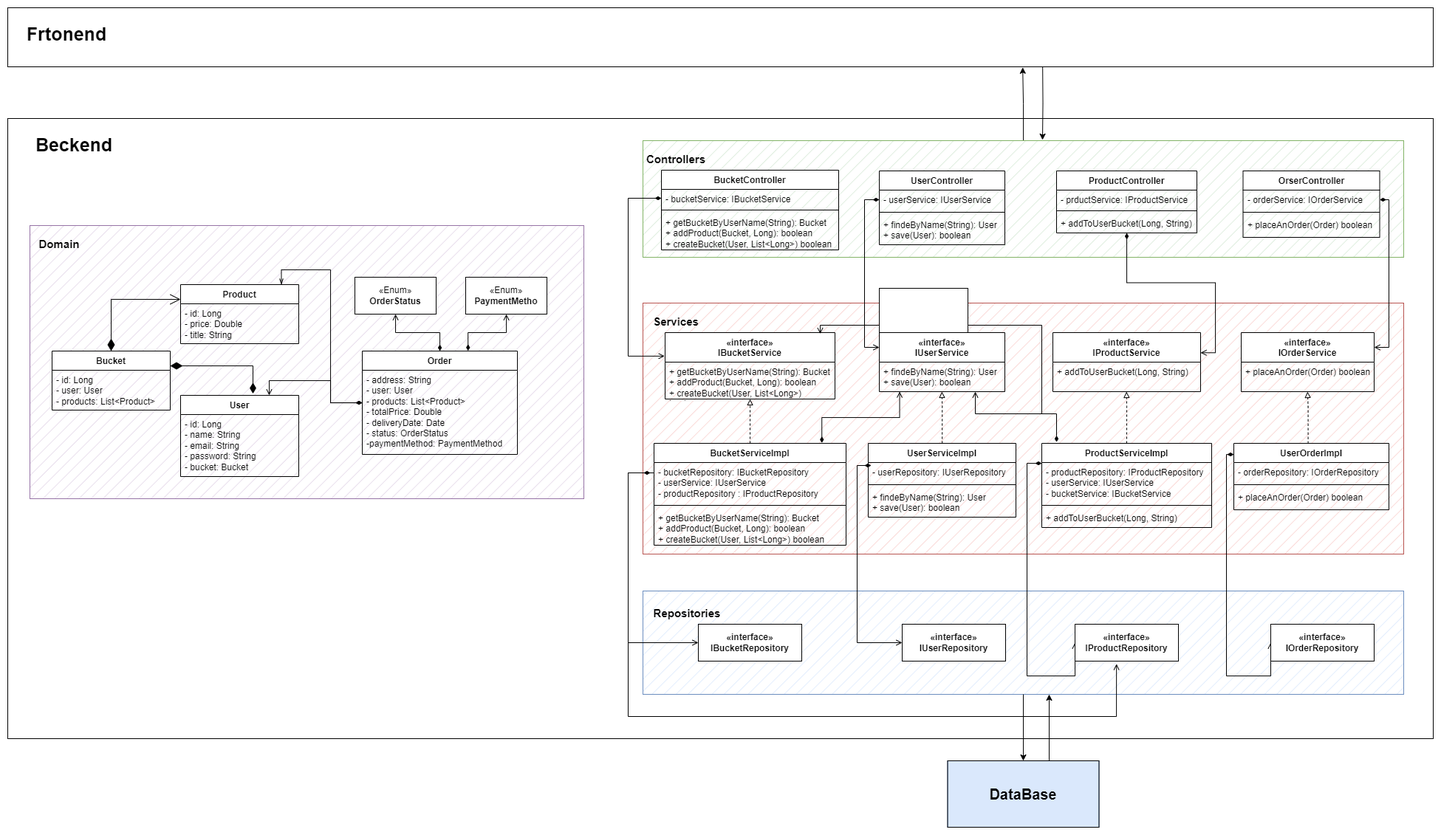
The draw.io diagram resources/UMLMarketplace.png in MuVlad/Arch-software, before a commit. Source tidied: cells renumbered, new cells last; positions are measured from the earlier drawing's top-left corner, leaving out a move shared by most shapes.
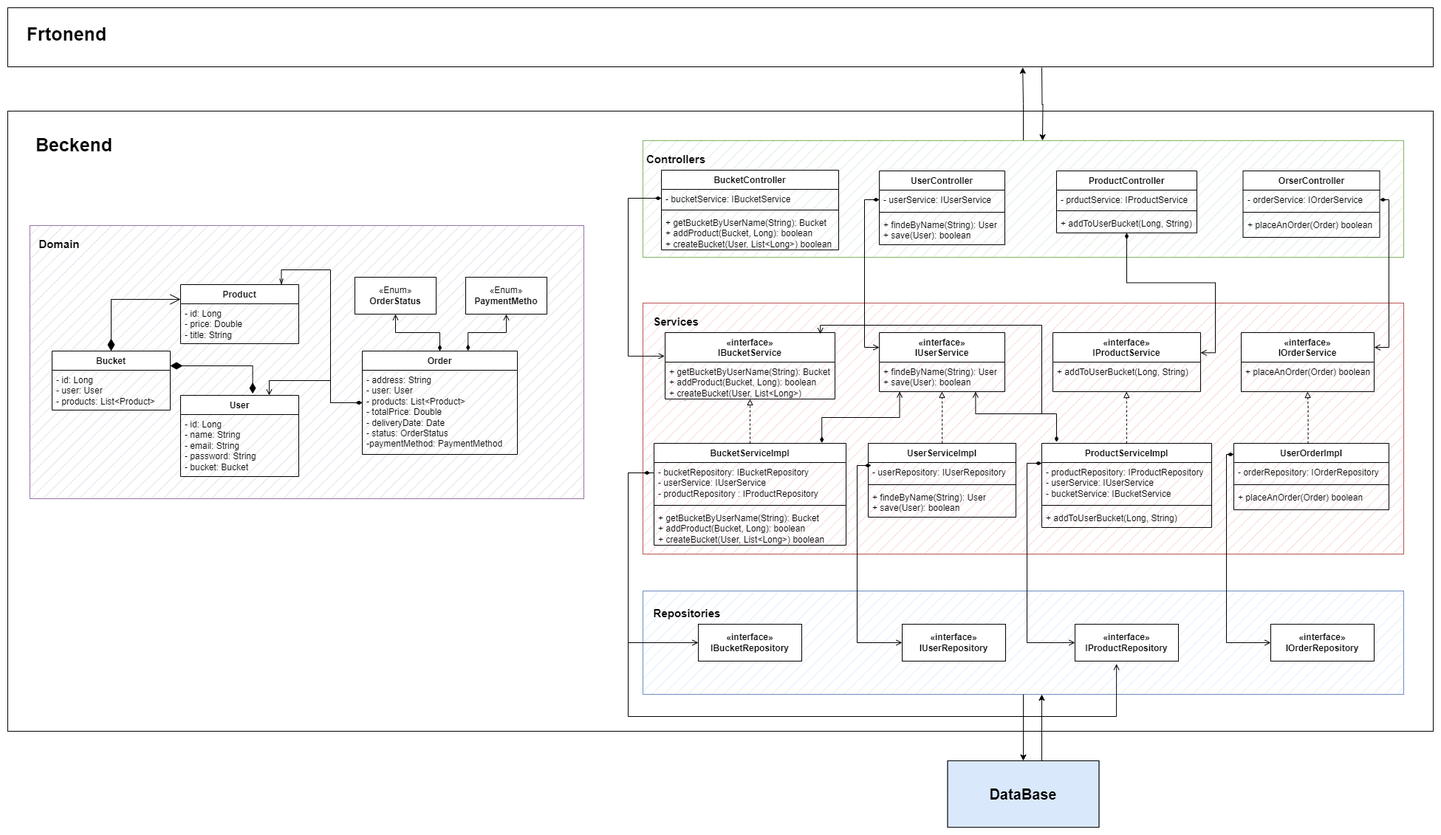
After the change.

Change to the diagram source:
```diff
@@ -130,7 +130,7 @@
       <mxGeometry relative="1" as="geometry">
         <Array as="points">
           <mxPoint x="1380" y="617" />
-          <mxPoint x="1380" y="905" />
+          <mxPoint x="1380" y="860" />
         </Array>
       </mxGeometry>
     </mxCell>
@@ -185,7 +185,7 @@
       <mxGeometry relative="1" as="geometry">
         <Array as="points">
           <mxPoint x="1650" y="605" />
-          <mxPoint x="1650" y="905" />
+          <mxPoint x="1650" y="860" />
         </Array>
       </mxGeometry>
     </mxCell>
@@ -336,9 +336,6 @@
         </Array>
       </mxGeometry>
     </mxCell>
-    <mxCell id="86" style="rounded=0;whiteSpace=wrap;html=1;" parent="1" vertex="1">
-      <mxGeometry x="1180" y="380" width="120" height="60" as="geometry" />
-    </mxCell>
     <mxCell id="87" value="&lt;font size=&quot;1&quot; style=&quot;&quot;&gt;&lt;b style=&quot;font-size: 15px;&quot;&gt;Controllers&lt;br&gt;&lt;/b&gt;&lt;/font&gt;" style="text;html=1;strokeColor=none;fillColor=none;align=center;verticalAlign=middle;whiteSpace=wrap;rounded=0;" parent="1" vertex="1">
       <mxGeometry x="875" y="190" width="60" height="30" as="geometry" />
     </mxCell>
@@ -355,7 +352,7 @@
       <mxGeometry y="60" width="200" height="40" as="geometry" />
     </mxCell>
     <mxCell id="92" style="rounded=0;whiteSpace=wrap;html=1;fillColor=none;" parent="1" vertex="1">
-      <mxGeometry y="150" width="1930" height="840" as="geometry" />
+      <mxGeometry y="140" width="1930" height="840" as="geometry" />
     </mxCell>
     <mxCell id="93" value="&lt;b&gt;&lt;font style=&quot;font-size: 25px;&quot;&gt;Beckend&lt;/font&gt;&lt;/b&gt;" style="text;html=1;strokeColor=none;fillColor=none;align=center;verticalAlign=middle;whiteSpace=wrap;rounded=0;" parent="1" vertex="1">
       <mxGeometry x="60" y="170" width="60" height="30" as="geometry" />
@@ -366,16 +363,17 @@
     <mxCell id="95" value="&lt;b&gt;&lt;font style=&quot;font-size: 25px;&quot;&gt;Frtonend&lt;/font&gt;&lt;/b&gt;" style="text;html=1;strokeColor=none;fillColor=none;align=center;verticalAlign=middle;whiteSpace=wrap;rounded=0;" parent="1" vertex="1">
       <mxGeometry x="50" y="20" width="60" height="30" as="geometry" />
     </mxCell>
-    <mxCell id="96" style="edgeStyle=orthogonalEdgeStyle;rounded=0;orthogonalLoop=1;jettySize=auto;html=1;endArrow=none;endFill=0;startArrow=classic;startFill=1;" parent="1" edge="1">
-      <mxGeometry relative="1" as="geometry">
-        <mxPoint x="1410" y="930" as="sourcePoint" />
-        <mxPoint x="1410" y="1020" as="targetPoint" />
-      </mxGeometry>
-    </mxCell>
-    <mxCell id="97" style="edgeStyle=orthogonalEdgeStyle;rounded=0;jettySize=auto;html=1;entryX=0.726;entryY=1.006;entryDx=0;entryDy=0;entryPerimeter=0;endArrow=none;endFill=0;startArrow=classic;startFill=1;" parent="1" edge="1" target="94">
-      <mxGeometry relative="1" as="geometry">
-        <mxPoint x="1401" y="179" as="sourcePoint" />
-      </mxGeometry>
-    </mxCell>
+    <mxCell id="98" style="edgeStyle=orthogonalEdgeStyle;rounded=0;orthogonalLoop=1;jettySize=auto;html=1;endArrow=none;endFill=0;startArrow=classic;startFill=1;" parent="1" edge="1">
+      <mxGeometry relative="1" as="geometry">
+        <mxPoint x="1400" y="930" as="sourcePoint" />
+        <mxPoint x="1400" y="1020" as="targetPoint" />
+      </mxGeometry>
+    </mxCell>
+    <mxCell id="99" style="edgeStyle=orthogonalEdgeStyle;rounded=0;orthogonalLoop=1;jettySize=auto;html=1;entryX=0.712;entryY=1.01;entryDx=0;entryDy=0;entryPerimeter=0;endArrow=none;endFill=0;startArrow=classic;startFill=1;" parent="1" edge="1">
+      <mxGeometry relative="1" as="geometry">
+        <mxPoint x="1401" y="180" as="sourcePoint" />
+        <mxPoint x="1400" y="81" as="targetPoint" />
+      </mxGeometry>
+    </mxCell>
   </root>
 </mxGraphModel>
```
